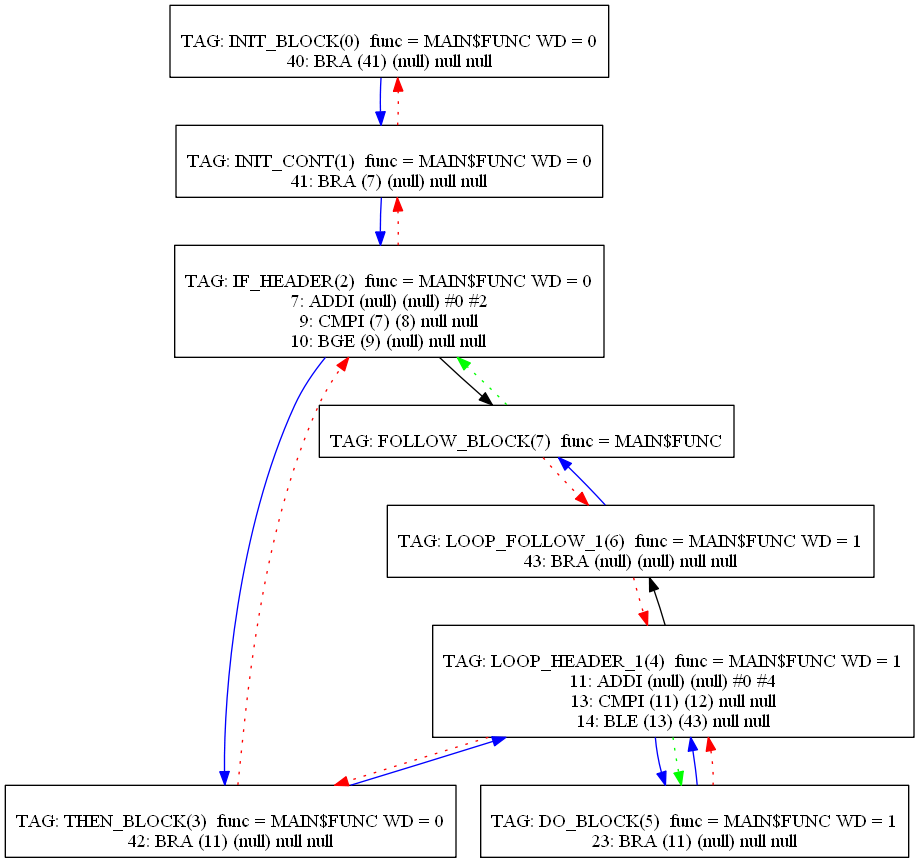
Above: Compiler/29graph.png in mbajaj92/Project-Astoria (Graphviz), before the change. Its source is kept beside it as Compiler/29graph.dot.
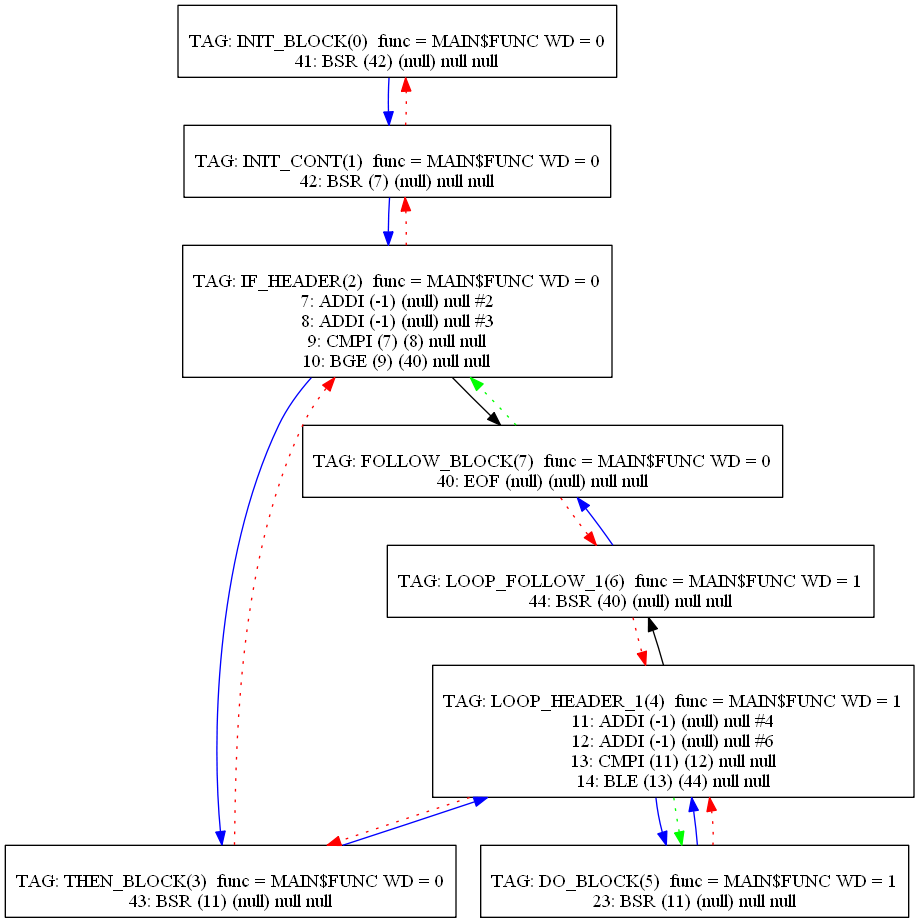
Above is the later version.

Change to the diagram source:
```diff
@@ -1,22 +1,23 @@
 digraph {
 0[label="
 TAG: INIT_BLOCK(0)  func = MAIN$FUNC WD = 0
-40: BRA (41) (null) null null
+41: BSR (42) (null) null null
 "];
 0[shape=box];
 0 -> 1[color=blue]
 1[label="
 TAG: INIT_CONT(1)  func = MAIN$FUNC WD = 0
-41: BRA (7) (null) null null
+42: BSR (7) (null) null null
 "];
 1[shape=box];
 1 -> 2[color=blue]
 1 -> 0[color=red][style=dotted]
 2[label="
 TAG: IF_HEADER(2)  func = MAIN$FUNC WD = 0
-7: ADDI (null) (null) #0 #2
+7: ADDI (-1) (null) null #2
+8: ADDI (-1) (null) null #3
 9: CMPI (7) (8) null null
-10: BGE (9) (null) null null
+10: BGE (9) (40) null null
 "];
 2[shape=box];
 2 -> 3[color=blue]
@@ -24,16 +25,17 @@
 2 -> 1[color=red][style=dotted]
 3[label="
 TAG: THEN_BLOCK(3)  func = MAIN$FUNC WD = 0
-42: BRA (11) (null) null null
+43: BSR (11) (null) null null
 "];
 3[shape=box];
 3 -> 4[color=blue]
 3 -> 2[color=red][style=dotted]
 4[label="
 TAG: LOOP_HEADER_1(4)  func = MAIN$FUNC WD = 1
-11: ADDI (null) (null) #0 #4
+11: ADDI (-1) (null) null #4
+12: ADDI (-1) (null) null #6
 13: CMPI (11) (12) null null
-14: BLE (13) (43) null null
+14: BLE (13) (44) null null
 "];
 4[shape=box];
 4 -> 5[color=blue]
@@ -42,20 +44,21 @@
 4 -> 5[color=green][style=dotted]
 5[label="
 TAG: DO_BLOCK(5)  func = MAIN$FUNC WD = 1
-23: BRA (11) (null) null null
+23: BSR (11) (null) null null
 "];
 5[shape=box];
 5 -> 4[color=blue]
 5 -> 4[color=red][style=dotted]
 6[label="
 TAG: LOOP_FOLLOW_1(6)  func = MAIN$FUNC WD = 1
-43: BRA (null) (null) null null
+44: BSR (40) (null) null null
 "];
 6[shape=box];
 6 -> 7[color=blue]
 6 -> 4[color=red][style=dotted]
 7[label="
-TAG: FOLLOW_BLOCK(7)  func = MAIN$FUNC
+TAG: FOLLOW_BLOCK(7)  func = MAIN$FUNC WD = 0
+40: EOF (null) (null) null null
 "];
 7[shape=box];
 7 -> 6[color=red][style=dotted]
```
